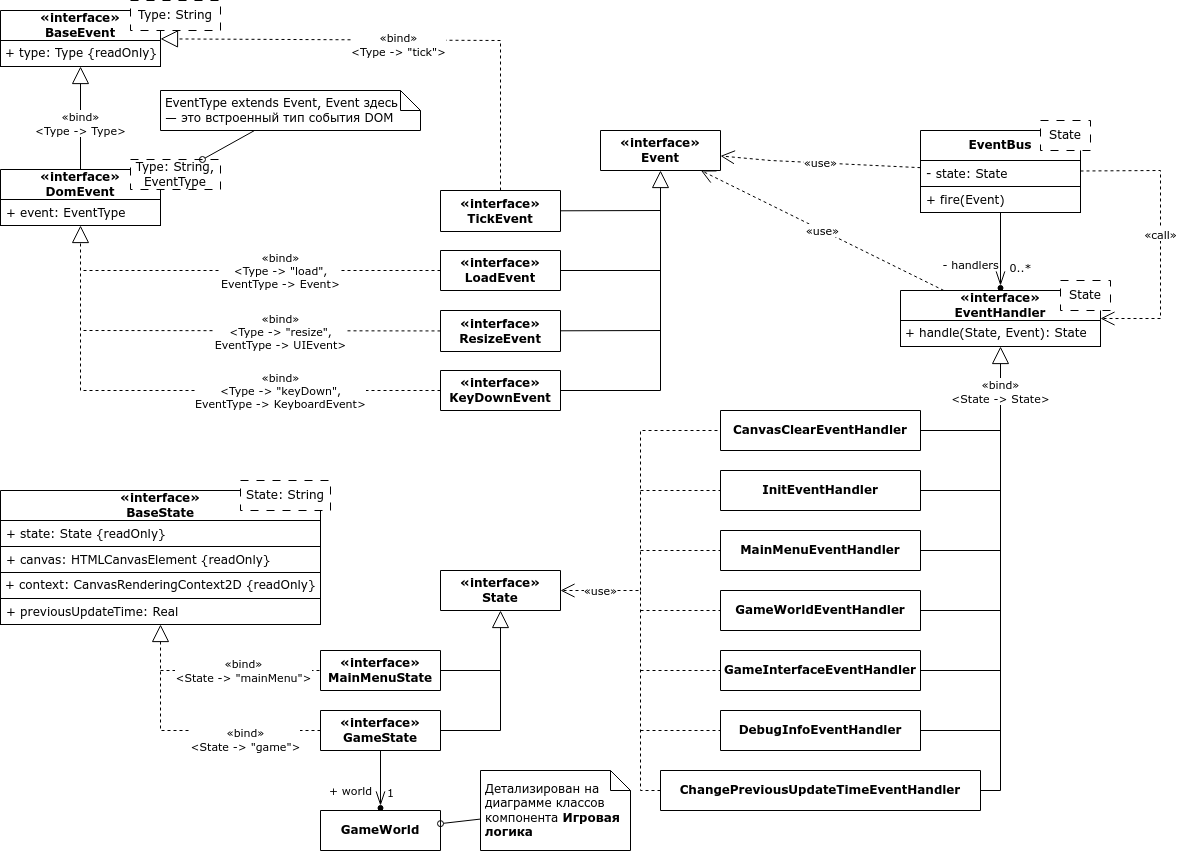
The draw.io diagram uml/event_bus_classes.drawio.png in ProgMiner/Lab_SoftwareDevelopment, before a commit. Source tidied: cells renumbered, new cells last; positions are measured from the earlier drawing's top-left corner, leaving out a move shared by most shapes.
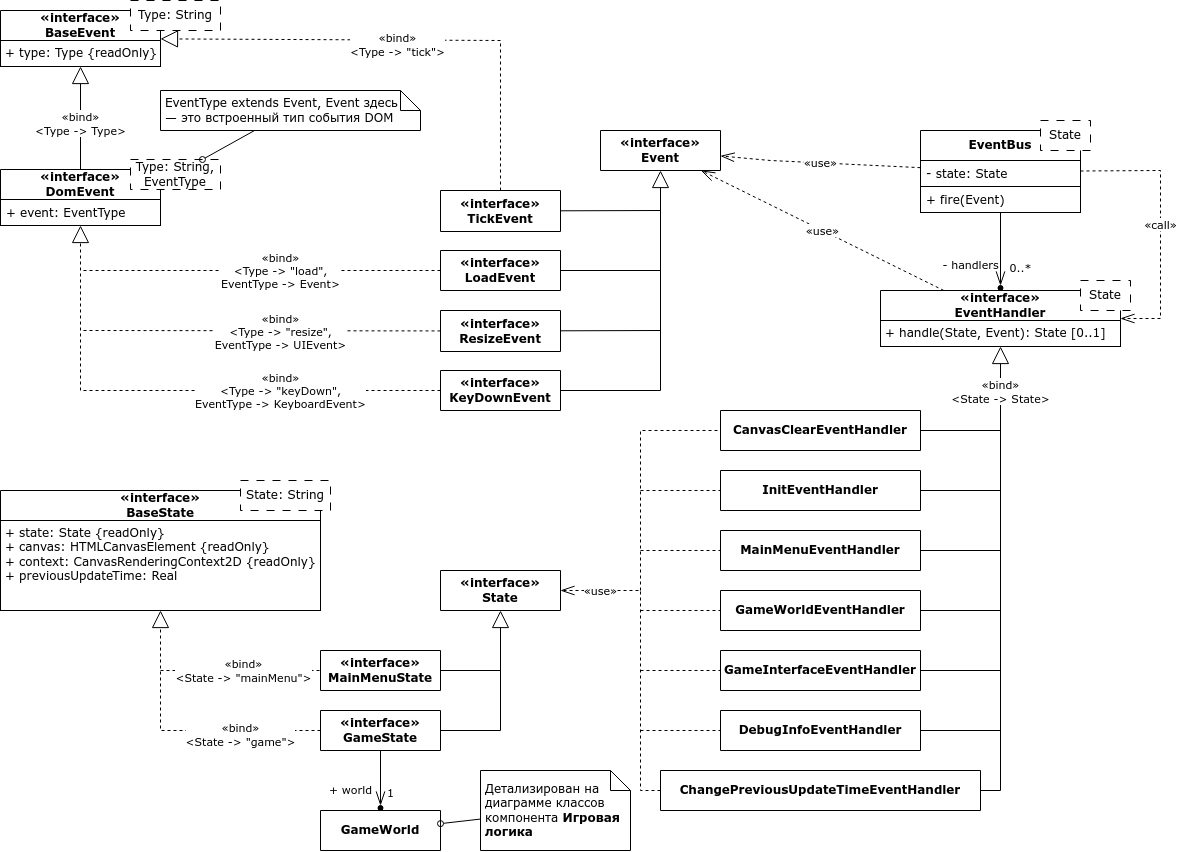
After the change.

Commit message:
Add event game logic diagram

Change to the diagram source:
```diff
@@ -134,20 +134,11 @@
       </mxGeometry>
     </mxCell>
     <mxCell id="33" value="«interface»&lt;br&gt;BaseState" style="swimlane;fontStyle=1;align=center;verticalAlign=middle;horizontal=1;startSize=30;whiteSpace=wrap;html=1;fillColor=default;" parent="1" vertex="1">
-      <mxGeometry y="490" width="320" height="134" as="geometry" />
+      <mxGeometry y="490" width="320" height="120" as="geometry" />
     </mxCell>
-    <mxCell id="34" value="+ state: State {readOnly}" style="text;strokeColor=default;fillColor=default;align=left;verticalAlign=top;spacingLeft=4;spacingRight=4;overflow=hidden;whiteSpace=wrap;html=1;" parent="33" vertex="1">
-      <mxGeometry y="30" width="320" height="26" as="geometry" />
+    <mxCell id="34" value="+ state: State {readOnly}&lt;br&gt;+ canvas: HTMLCanvasElement {readOnly}&lt;br&gt;+ context: CanvasRenderingContext2D {readOnly}&lt;br&gt;+ previousUpdateTime: Real" style="text;strokeColor=default;fillColor=default;align=left;verticalAlign=top;spacingLeft=4;spacingRight=4;overflow=hidden;whiteSpace=wrap;html=1;spacing=1;" parent="33" vertex="1">
+      <mxGeometry y="30" width="320" height="90" as="geometry" />
     </mxCell>
-    <mxCell id="35" value="+ canvas: HTMLCanvasElement {readOnly}" style="text;strokeColor=default;fillColor=default;align=left;verticalAlign=top;spacingLeft=4;spacingRight=4;overflow=hidden;whiteSpace=wrap;html=1;" parent="33" vertex="1">
-      <mxGeometry y="56" width="320" height="26" as="geometry" />
-    </mxCell>
-    <mxCell id="36" value="+ context: CanvasRenderingContext2D {readOnly}" style="text;strokeColor=default;fillColor=default;align=left;verticalAlign=top;spacingLeft=4;spacingRight=4;overflow=hidden;whiteSpace=wrap;html=1;spacing=1;" parent="33" vertex="1">
-      <mxGeometry y="82" width="320" height="26" as="geometry" />
-    </mxCell>
-    <mxCell id="37" value="+ previousUpdateTime: Real" style="text;strokeColor=default;fillColor=default;align=left;verticalAlign=top;spacingLeft=4;spacingRight=4;overflow=hidden;whiteSpace=wrap;html=1;" parent="33" vertex="1">
-      <mxGeometry y="108" width="320" height="26" as="geometry" />
-    </mxCell>
     <mxCell id="38" value="State: String" style="rounded=0;whiteSpace=wrap;html=1;dashed=1;dashPattern=8 8;" parent="1" vertex="1">
       <mxGeometry x="240" y="480" width="90" height="30" as="geometry" />
     </mxCell>
@@ -220,22 +211,22 @@
       <mxGeometry relative="1" as="geometry" />
     </mxCell>
     <mxCell id="55" value="«interface»&lt;br&gt;EventHandler" style="swimlane;fontStyle=1;align=center;verticalAlign=middle;horizontal=1;startSize=30;whiteSpace=wrap;html=1;fillColor=default;" parent="1" vertex="1">
-      <mxGeometry x="900" y="290" width="200" height="56" as="geometry" />
+      <mxGeometry x="880" y="290" width="240" height="56" as="geometry" />
     </mxCell>
-    <mxCell id="56" value="+ handle(State, Event): State" style="text;strokeColor=default;fillColor=default;align=left;verticalAlign=top;spacingLeft=4;spacingRight=4;overflow=hidden;whiteSpace=wrap;html=1;spacing=1;" parent="55" vertex="1">
-      <mxGeometry y="30" width="200" height="26" as="geometry" />
+    <mxCell id="56" value="+ handle(State, Event): State [0..1]" style="text;strokeColor=default;fillColor=default;align=left;verticalAlign=top;spacingLeft=4;spacingRight=4;overflow=hidden;whiteSpace=wrap;html=1;spacing=1;" parent="55" vertex="1">
+      <mxGeometry y="30" width="240" height="26" as="geometry" />
     </mxCell>
     <mxCell id="57" value="State" style="rounded=0;whiteSpace=wrap;html=1;dashed=1;dashPattern=8 8;" parent="1" vertex="1">
-      <mxGeometry x="1060" y="280" width="50" height="30" as="geometry" />
+      <mxGeometry x="1080" y="280" width="50" height="30" as="geometry" />
     </mxCell>
-    <mxCell id="58" value="«use»" style="endArrow=open;endSize=12;dashed=1;html=1;rounded=0;" parent="1" edge="1" source="2" target="28">
+    <mxCell id="58" value="«use»" style="endArrow=openThin;endSize=12;dashed=1;html=1;rounded=0;endFill=0;" parent="1" edge="1" source="2" target="28">
       <mxGeometry relative="1" as="geometry">
         <Array as="points">
           <mxPoint x="770" y="160" />
         </Array>
       </mxGeometry>
     </mxCell>
-    <mxCell id="59" value="«use»" style="endArrow=open;endSize=12;dashed=1;html=1;rounded=0;" parent="1" edge="1" source="55" target="28">
+    <mxCell id="59" value="«use»" style="endArrow=openThin;endSize=12;dashed=1;html=1;rounded=0;endFill=0;" parent="1" edge="1" source="55" target="28">
       <mxGeometry relative="1" as="geometry" />
     </mxCell>
     <mxCell id="60" style="endArrow=openThin;html=1;endSize=12;startArrow=none;startSize=14;startFill=0;align=left;verticalAlign=bottom;rounded=0;endFill=0;" parent="1" edge="1" source="2" target="63">
@@ -254,7 +245,7 @@
     <mxCell id="63" style="ellipse;whiteSpace=wrap;html=1;fillColor=#000000;" parent="1" vertex="1">
       <mxGeometry x="997.5" y="285" width="5" height="5" as="geometry" />
     </mxCell>
-    <mxCell id="64" value="«call»" style="endArrow=open;endSize=12;dashed=1;html=1;rounded=0;" parent="1" edge="1" source="2" target="55">
+    <mxCell id="64" value="«call»" style="endArrow=openThin;endSize=12;dashed=1;html=1;rounded=0;endFill=0;" parent="1" edge="1" source="2" target="55">
       <mxGeometry relative="1" as="geometry">
         <Array as="points">
           <mxPoint x="1160" y="170" />
@@ -325,7 +316,7 @@
         <mxPoint x="1000" y="430" as="targetPoint" />
       </mxGeometry>
     </mxCell>
-    <mxCell id="80" value="«use»" style="endArrow=open;endSize=12;dashed=1;html=1;rounded=0;" parent="1" edge="1" source="71" target="45">
+    <mxCell id="80" value="«use»" style="endArrow=openThin;endSize=12;dashed=1;html=1;rounded=0;endFill=0;" parent="1" edge="1" source="71" target="45">
       <mxGeometry x="0.73" relative="1" as="geometry">
         <Array as="points">
           <mxPoint x="640" y="790" />
```
